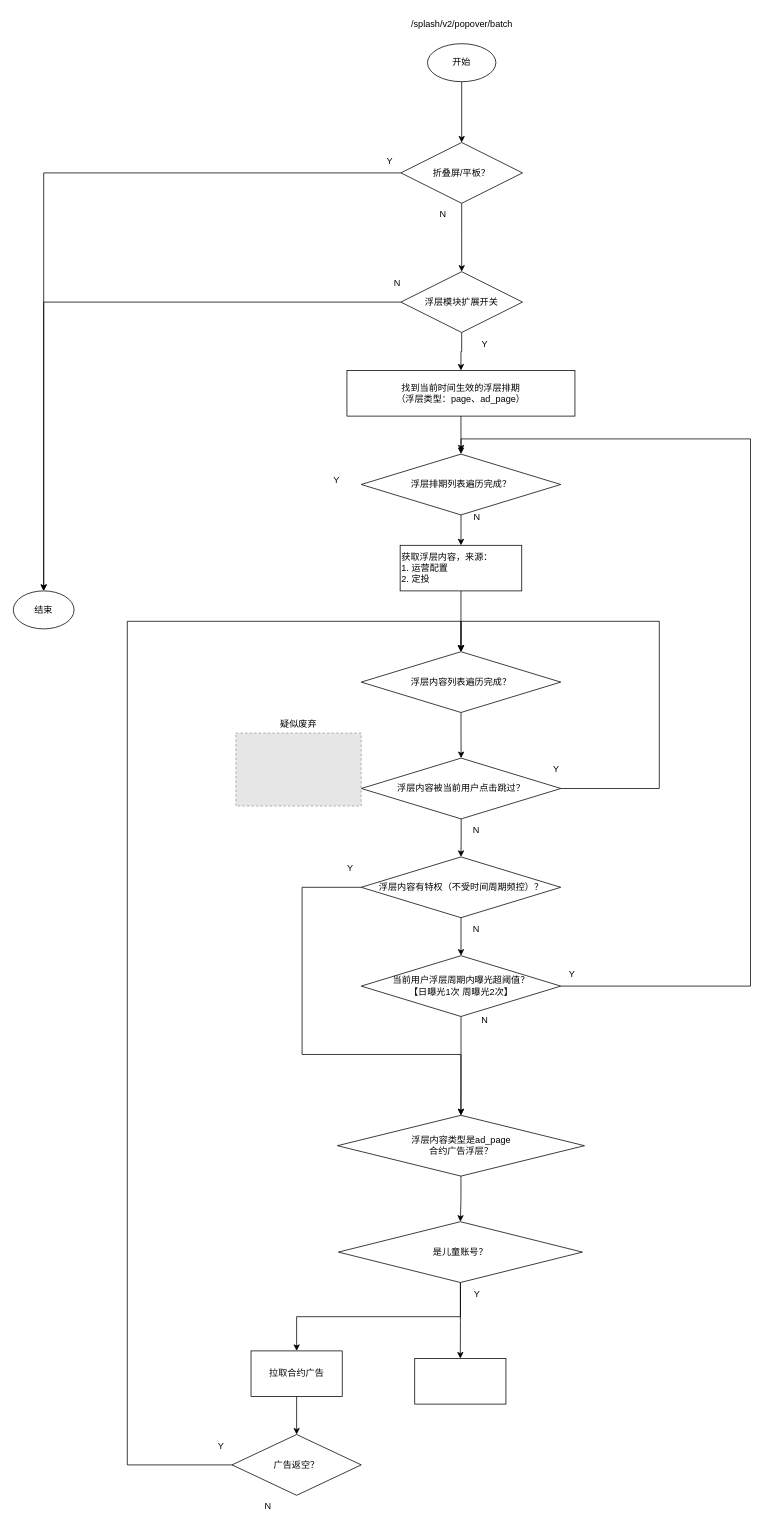
ETHAN0430/draw.io.repo keeps this draw.io diagram as 618浮层一镜到底.drawio. Above is the earlier version. Source tidied: cells renumbered, new cells numbered last; positions are measured from the earlier drawing's top-left corner, leaving out a move shared by most shapes. Both pictures are drawn from the tidied source at 76%, with x=0, y=0 at pixel (13, 13). Pictures stored in the file or linked from it are replaced by grey dashed boxes.
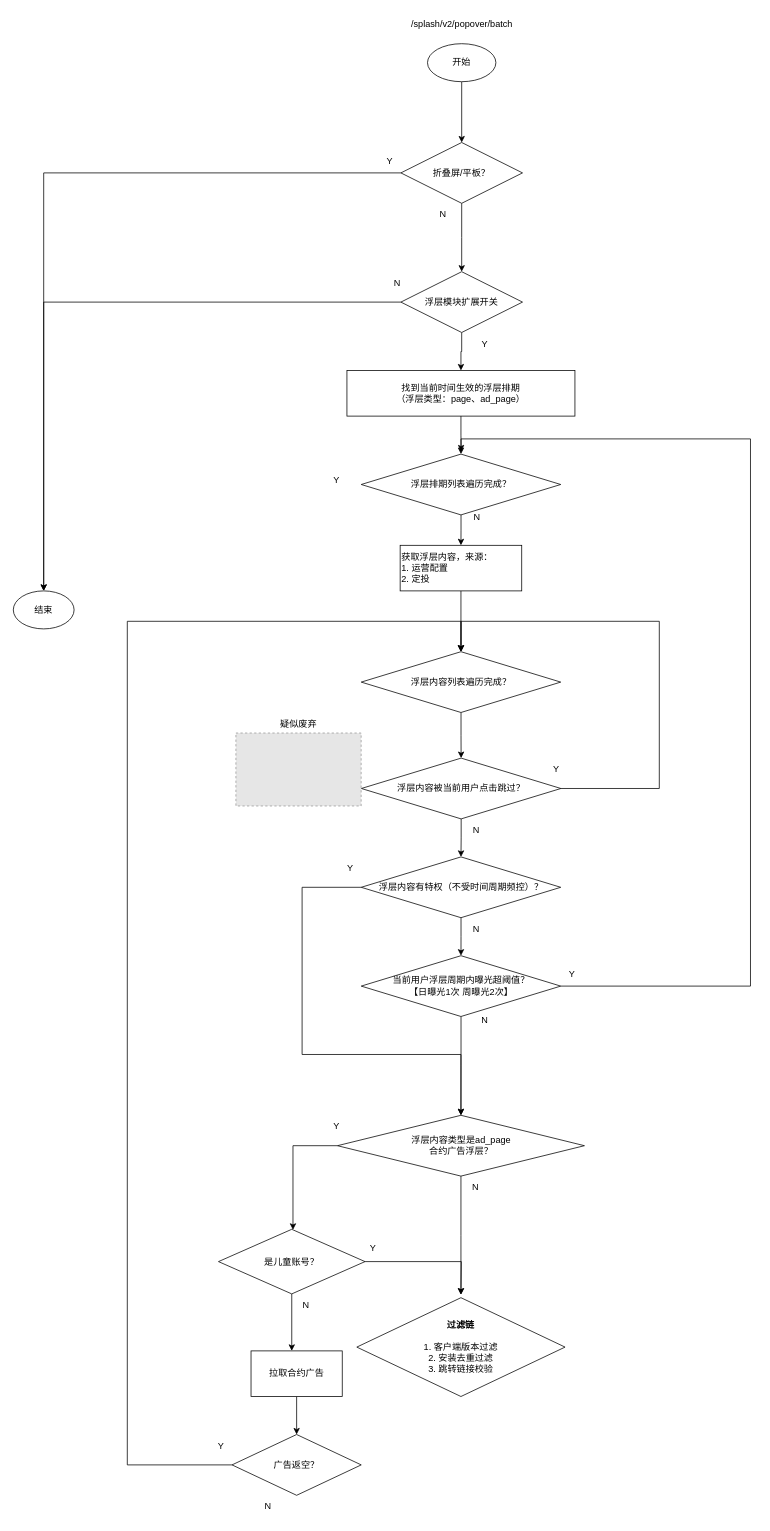
The same page after the edit.

Commit message:
更新618浮层一镜到底.drawio

The change refers to these unchanged cells:
```xml
<mxCell id="44" value="浮层内容类型是ad_page&lt;br&gt;合约广告浮层？" style="rhombus;whiteSpace=wrap;html=1;" parent="1" vertex="1">
  <mxGeometry x="426.5" y="1450" width="325" height="80" as="geometry" />
</mxCell>
<mxCell id="50" value="拉取合约广告" style="whiteSpace=wrap;html=1;" parent="1" vertex="1">
  <mxGeometry x="312.8" y="1760" width="120" height="60" as="geometry" />
</mxCell>
```

What changed in the source:
```diff
@@
     <mxCell id="43" style="edgeStyle=orthogonalEdgeStyle;rounded=0;jettySize=auto;html=1;" parent="1" edge="1" source="44" target="47">
-      <mxGeometry relative="1" as="geometry" />
+      <mxGeometry relative="1" as="geometry">
+        <Array as="points">
+          <mxPoint x="368" y="1490" />
+        </Array>
+      </mxGeometry>
     </mxCell>
+    <mxCell id="56" style="edgeStyle=orthogonalEdgeStyle;rounded=0;jettySize=auto;html=1;entryX=0.5;entryY=0;entryDx=0;entryDy=0;" parent="1" edge="1" source="44">
+      <mxGeometry relative="1" as="geometry">
+        <mxPoint x="589" y="1686" as="targetPoint" />
+      </mxGeometry>
+    </mxCell>
@@
-    <mxCell id="45" style="edgeStyle=orthogonalEdgeStyle;rounded=0;jettySize=auto;html=1;" parent="1" edge="1" source="47" target="48">
-      <mxGeometry relative="1" as="geometry" />
-    </mxCell>
     <mxCell id="46" style="edgeStyle=orthogonalEdgeStyle;rounded=0;jettySize=auto;html=1;" parent="1" edge="1" source="47" target="50">
-      <mxGeometry relative="1" as="geometry" />
+      <mxGeometry relative="1" as="geometry">
+        <Array as="points">
+          <mxPoint x="373" y="1630" />
+        </Array>
+      </mxGeometry>
     </mxCell>
+    <mxCell id="57" style="edgeStyle=orthogonalEdgeStyle;rounded=0;jettySize=auto;html=1;entryX=0.5;entryY=0;entryDx=0;entryDy=0;" parent="1" edge="1" source="47">
+      <mxGeometry relative="1" as="geometry">
+        <mxPoint x="589" y="1686" as="targetPoint" />
+      </mxGeometry>
+    </mxCell>
     <mxCell id="47" value="是儿童账号？" style="rhombus;whiteSpace=wrap;html=1;" parent="1" vertex="1">
-      <mxGeometry x="427.8" y="1590" width="321" height="80" as="geometry" />
+      <mxGeometry x="270" y="1600" width="192.8" height="85" as="geometry" />
     </mxCell>
-    <mxCell id="48" style="whiteSpace=wrap;html=1;" parent="1" vertex="1">
-      <mxGeometry x="528.2" y="1770" width="120" height="60" as="geometry" />
-    </mxCell>
@@
     <mxCell id="55" value="Y" style="text;html=1;align=center;verticalAlign=middle;strokeColor=none;fillColor=none;" parent="1" vertex="1">
-      <mxGeometry x="595" y="1670" width="30" height="30" as="geometry" />
+      <mxGeometry x="458" y="1610" width="30" height="30" as="geometry" />
     </mxCell>
+    <mxCell id="58" value="N" style="text;html=1;align=center;verticalAlign=middle;strokeColor=none;fillColor=none;" parent="1" vertex="1">
+      <mxGeometry x="370" y="1685" width="30" height="30" as="geometry" />
+    </mxCell>
+    <mxCell id="59" value="Y" style="text;html=1;align=center;verticalAlign=middle;strokeColor=none;fillColor=none;" parent="1" vertex="1">
+      <mxGeometry x="410.3" y="1450" width="30" height="30" as="geometry" />
+    </mxCell>
+    <mxCell id="60" value="N" style="text;html=1;align=center;verticalAlign=middle;strokeColor=none;fillColor=none;" parent="1" vertex="1">
+      <mxGeometry x="593" y="1530" width="30" height="30" as="geometry" />
+    </mxCell>
+    <mxCell id="61" value="&lt;div&gt;&lt;b&gt;过滤链&lt;br&gt;&lt;br&gt;&lt;/b&gt;&lt;/div&gt;1.&amp;nbsp;客户端版本过滤&lt;br&gt;2.&amp;nbsp;安装去重过滤&lt;br&gt;3. 跳转链接校验" style="rhombus;whiteSpace=wrap;html=1;" parent="1" vertex="1">
+      <mxGeometry x="452" y="1690" width="274" height="130" as="geometry" />
+    </mxCell>
```
